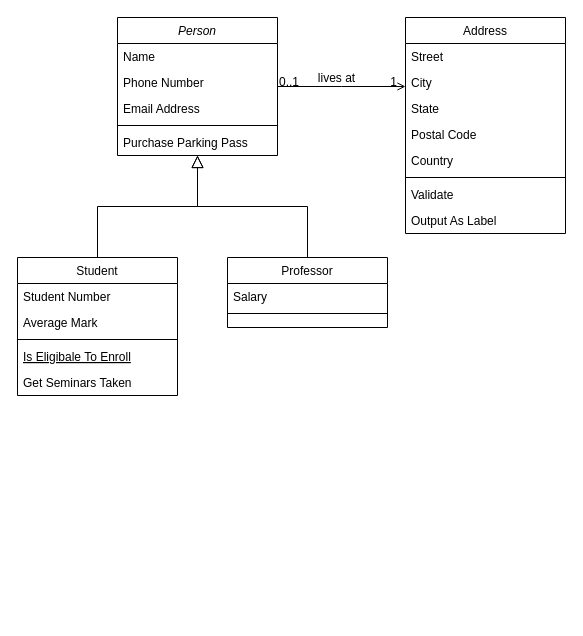
yxpoe2016/UniRxPractice keeps this draw.io diagram as Untitled Diagram.drawio. Above is the earlier version. Source tidied: cells renumbered, new cells numbered last; positions are measured from the earlier drawing's top-left corner, leaving out a move shared by most shapes. Both pictures are drawn from the tidied source at 100%, with x=0, y=0 at pixel (17, 17).
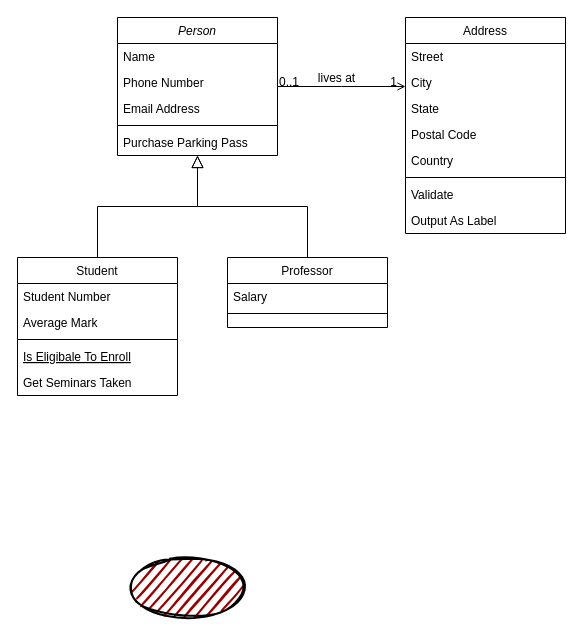
After the change.

Change to the diagram source:
```diff
@@
+    <mxCell id="32" style="ellipse;whiteSpace=wrap;html=1;strokeWidth=2;fillWeight=2;hachureGap=8;fillColor=#990000;fillStyle=dots;sketch=1;" parent="1" vertex="1">
+      <mxGeometry x="110" y="540" width="120" height="60" as="geometry" />
+    </mxCell>
```
